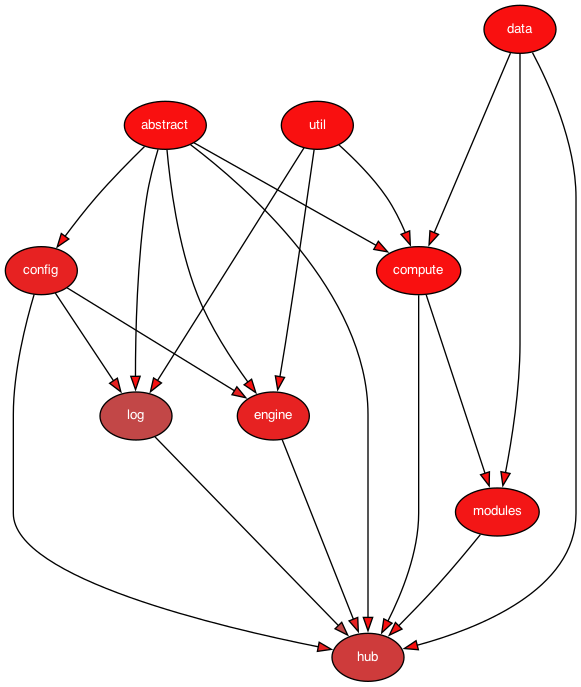
The Graphviz diagram docs/graphs/top_level_modules/omnipy.png in fairtracks/omnipy, before a commit. Its source is kept beside it as docs/graphs/top_level_modules/omnipy.dot.
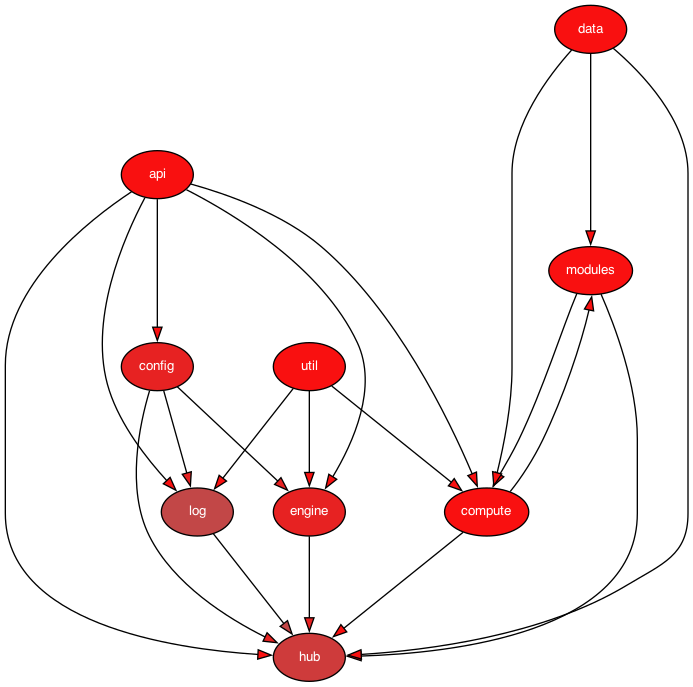
Above is the later version.

The edit, as a diff of the source:
```diff
@@ -1,19 +1,19 @@
 digraph G {
     rankdir = TB;
-    node [style=filled,fillcolor="#ffffff",fontcolor="#000000",fontname=Helvetica,fontsize=10];    abstract [fillcolor="#f91010",fontcolor="#ffffff",label="abstract"];
+    node [style=filled,fillcolor="#ffffff",fontcolor="#000000",fontname=Helvetica,fontsize=10];    config [fillcolor="#e72222",fontcolor="#ffffff",label="config"];
+    log [fillcolor="#c24747",fontcolor="#ffffff",label="log"];
+    util [fillcolor="#f91010",fontcolor="#ffffff",label="util"];
+    modules [fillcolor="#f91010",fontcolor="#ffffff",label="modules"];
+    data [fillcolor="#f91010",fontcolor="#ffffff",label="data"];
+    api [fillcolor="#f91010",fontcolor="#ffffff",label="api"];
+    engine [fillcolor="#e72222",fontcolor="#ffffff",label="engine"];
     compute [fillcolor="#f91010",fontcolor="#ffffff",label="compute"];
-    modules [fillcolor="#f31616",fontcolor="#ffffff",label="modules"];
-    data [fillcolor="#f91010",fontcolor="#ffffff",label="data"];
-    log [fillcolor="#c24747",fontcolor="#ffffff",label="log"];
-    config [fillcolor="#e72222",fontcolor="#ffffff",label="config"];
-    engine [fillcolor="#e72222",fontcolor="#ffffff",label="engine"];
-    util [fillcolor="#f91010",fontcolor="#ffffff",label="util"];
     hub [fillcolor="#ce3b3b",fontcolor="#ffffff",label="hub"];
-    abstract -> compute [fillcolor="#f91010",minlen="2"];
-    abstract -> config [fillcolor="#f91010",minlen="2"];
-    abstract -> engine [fillcolor="#f91010",minlen="2"];
-    abstract -> hub [fillcolor="#f91010",minlen="2"];
-    abstract -> log [fillcolor="#f91010",minlen="2"];
+    api -> compute [fillcolor="#f91010",minlen="2"];
+    api -> config [fillcolor="#f91010",minlen="2"];
+    api -> engine [fillcolor="#f91010",minlen="2"];
+    api -> hub [fillcolor="#f91010",minlen="2"];
+    api -> log [fillcolor="#f91010",minlen="2"];
     compute -> hub [fillcolor="#f91010",minlen="2"];
     compute -> modules [fillcolor="#f91010",minlen="3"];
     config -> engine [fillcolor="#e72222",minlen="2"];
@@ -24,7 +24,8 @@
     data -> modules [fillcolor="#f91010",minlen="3"];
     engine -> hub [fillcolor="#e72222",minlen="2"];
     log -> hub [fillcolor="#c24747",minlen="2"];
-    modules -> hub [fillcolor="#f31616",minlen="2"];
+    modules -> compute [fillcolor="#f91010",minlen="3"];
+    modules -> hub [fillcolor="#f91010",minlen="2"];
     util -> compute [fillcolor="#f91010",minlen="2"];
     util -> engine [fillcolor="#f91010",minlen="2"];
     util -> log [fillcolor="#f91010",minlen="2"];
```
